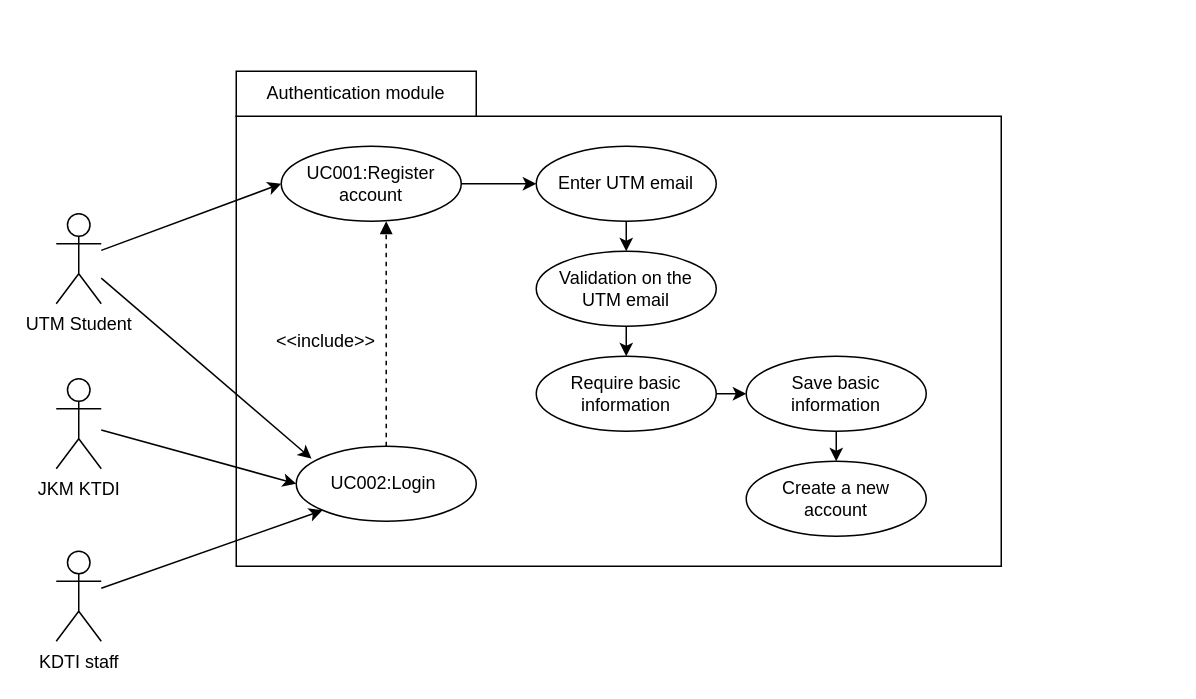
The draw.io diagram page "UC001 & UC002 use case" (5 of 10) of project/drawio/Curiousity/UML.drawio in drshahizan/software-engineering, before the edit. Source tidied: cells renumbered, new cells numbered last; positions are measured from the earlier drawing's top-left corner, leaving out a move shared by most shapes. Both pictures are drawn from the tidied source at 150%, with x=0, y=0 at pixel (56, 70).
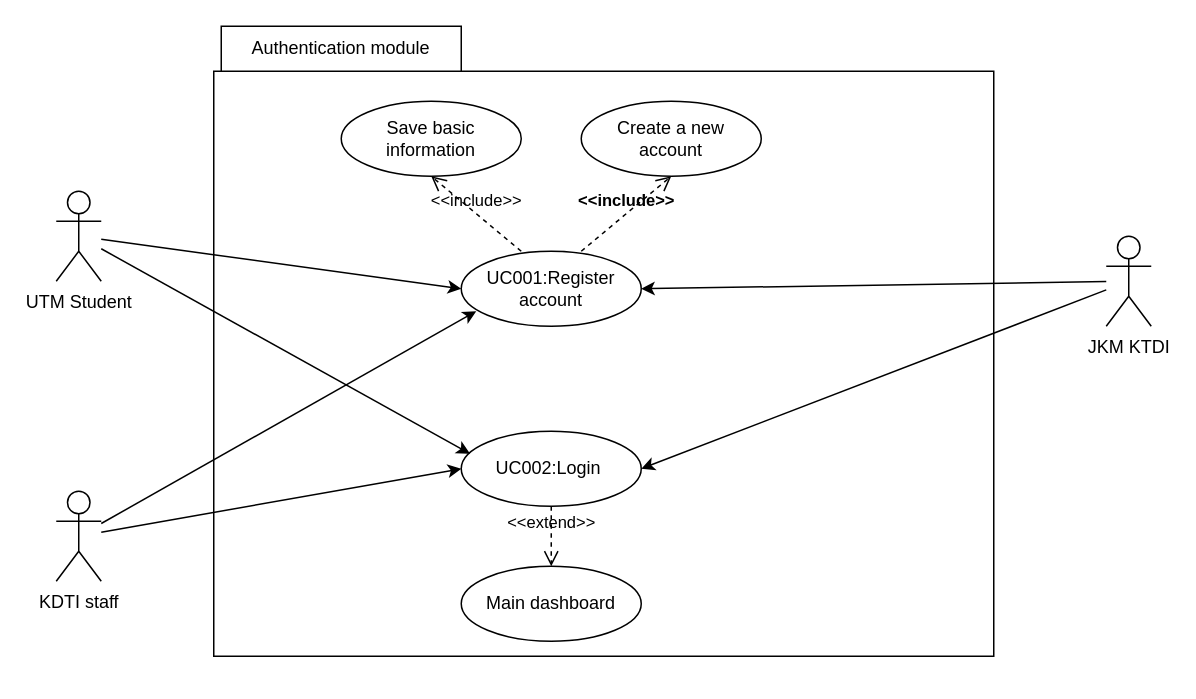
After the change.

Unchanged cells that the change refers to:
```xml
<mxCell id="5" style="ellipse;whiteSpace=wrap;html=1;" parent="4" vertex="1">
  <mxGeometry width="120" height="50" as="geometry" />
</mxCell>
<mxCell id="6" value="UC002:Login&amp;nbsp;" style="text;strokeColor=none;align=center;fillColor=none;html=1;verticalAlign=middle;whiteSpace=wrap;rounded=0;" parent="4" vertex="1">
  <mxGeometry x="10" y="10" width="100" height="30" as="geometry" />
</mxCell>
<mxCell id="13" style="ellipse;whiteSpace=wrap;html=1;" parent="12" vertex="1">
  <mxGeometry width="120" height="50" as="geometry" />
</mxCell>
<mxCell id="16" style="ellipse;whiteSpace=wrap;html=1;" parent="15" vertex="1">
  <mxGeometry width="120" height="50" as="geometry" />
</mxCell>
<mxCell id="19" style="ellipse;whiteSpace=wrap;html=1;" parent="18" vertex="1">
  <mxGeometry width="120" height="50" as="geometry" />
</mxCell>
```

What changed in the source:
```diff
@@
     <mxCell id="2" value="UTM Student" style="shape=umlActor;verticalLabelPosition=bottom;verticalAlign=top;html=1;outlineConnect=0;" parent="1" vertex="1">
-      <mxGeometry y="95" width="30" height="60" as="geometry" />
+      <mxGeometry y="80" width="30" height="60" as="geometry" />
     </mxCell>
     <mxCell id="3" style="rounded=0;whiteSpace=wrap;html=1;" parent="1" vertex="1">
-      <mxGeometry x="120" y="30" width="510" height="300" as="geometry" />
+      <mxGeometry x="105" width="520" height="390" as="geometry" />
     </mxCell>
     <mxCell id="4" style="group;" parent="1" vertex="1">
-      <mxGeometry x="160" y="250" width="120" height="50" as="geometry" />
+      <mxGeometry x="270" y="240" width="120" height="50" as="geometry" />
     </mxCell>
@@
+    <mxCell id="37" style="edgeStyle=none;html=1;entryX=1;entryY=0.5;entryDx=0;entryDy=0;" parent="1" edge="1" source="8" target="19">
+      <mxGeometry relative="1" as="geometry" />
+    </mxCell>
-    <mxCell id="7" style="edgeStyle=none;html=1;entryX=0;entryY=0.5;entryDx=0;entryDy=0;" parent="1" edge="1" source="8" target="5">
+    <mxCell id="7" style="edgeStyle=none;html=1;entryX=1;entryY=0.5;entryDx=0;entryDy=0;" parent="1" edge="1" source="8" target="5">
       <mxGeometry relative="1" as="geometry" />
     </mxCell>
     <mxCell id="8" value="JKM KTDI" style="shape=umlActor;verticalLabelPosition=bottom;verticalAlign=top;html=1;outlineConnect=0;" parent="1" vertex="1">
-      <mxGeometry y="205" width="30" height="60" as="geometry" />
+      <mxGeometry x="700" y="110" width="30" height="60" as="geometry" />
     </mxCell>
+    <mxCell id="38" style="edgeStyle=none;html=1;" parent="1" edge="1" source="10">
+      <mxGeometry relative="1" as="geometry">
+        <mxPoint x="280" y="160" as="targetPoint" />
+      </mxGeometry>
+    </mxCell>
-    <mxCell id="9" style="edgeStyle=none;html=1;entryX=0;entryY=1;entryDx=0;entryDy=0;" parent="1" edge="1" source="10" target="5">
+    <mxCell id="9" style="edgeStyle=none;html=1;entryX=0;entryY=0.5;entryDx=0;entryDy=0;" parent="1" edge="1" source="10" target="5">
       <mxGeometry relative="1" as="geometry" />
     </mxCell>
     <mxCell id="10" value="KDTI staff" style="shape=umlActor;verticalLabelPosition=bottom;verticalAlign=top;html=1;outlineConnect=0;" parent="1" vertex="1">
-      <mxGeometry y="320" width="30" height="60" as="geometry" />
+      <mxGeometry y="280" width="30" height="60" as="geometry" />
     </mxCell>
     <mxCell id="11" value="Authentication module" style="whiteSpace=wrap;html=1;" parent="1" vertex="1">
-      <mxGeometry x="120" width="160" height="30" as="geometry" />
+      <mxGeometry x="110" y="-30" width="160" height="30" as="geometry" />
     </mxCell>
     <mxCell id="12" style="group;" parent="1" vertex="1">
-      <mxGeometry x="460" y="260" width="120" height="50" as="geometry" />
+      <mxGeometry x="350" y="20" width="120" height="50" as="geometry" />
     </mxCell>
@@
     <mxCell id="15" style="group;" parent="1" vertex="1">
-      <mxGeometry x="460" y="190" width="120" height="50" as="geometry" />
+      <mxGeometry x="190" y="20" width="120" height="50" as="geometry" />
     </mxCell>
@@
     <mxCell id="18" style="group;" parent="1" vertex="1">
-      <mxGeometry x="150" y="50" width="120" height="50" as="geometry" />
+      <mxGeometry x="270" y="120" width="120" height="50" as="geometry" />
     </mxCell>
@@
-    <mxCell id="22" style="group;" parent="1" vertex="1">
-      <mxGeometry x="320" y="120" width="120" height="50" as="geometry" />
-    </mxCell>
-    <mxCell id="23" style="ellipse;whiteSpace=wrap;html=1;" parent="22" vertex="1">
-      <mxGeometry width="120" height="50" as="geometry" />
-    </mxCell>
-    <mxCell id="24" value="Validation on the UTM email" style="text;strokeColor=none;align=center;fillColor=none;html=1;verticalAlign=middle;whiteSpace=wrap;rounded=0;" parent="22" vertex="1">
-      <mxGeometry x="10" y="10" width="100" height="30" as="geometry" />
-    </mxCell>
-    <mxCell id="25" value="&amp;lt;&amp;lt;include&amp;gt;&amp;gt;" style="text;strokeColor=none;align=center;fillColor=none;html=1;verticalAlign=middle;whiteSpace=wrap;rounded=0;" parent="1" vertex="1">
-      <mxGeometry x="150" y="165" width="60" height="30" as="geometry" />
-    </mxCell>
-    <mxCell id="26" style="edgeStyle=none;html=1;" parent="1" edge="1">
-      <mxGeometry relative="1" as="geometry">
-        <mxPoint x="380" y="100" as="sourcePoint" />
-        <mxPoint x="380" y="120" as="targetPoint" />
-      </mxGeometry>
-    </mxCell>
-    <mxCell id="27" style="html=1;verticalAlign=bottom;labelBackgroundColor=none;endArrow=block;endFill=1;dashed=1;entryX=0.583;entryY=1;entryDx=0;entryDy=0;entryPerimeter=0;" parent="1" edge="1" source="5" target="19">
-      <mxGeometry relative="1" as="geometry" />
-    </mxCell>
-    <mxCell id="28" value="Enter UTM email" style="ellipse;whiteSpace=wrap;html=1;" parent="1" vertex="1">
-      <mxGeometry x="320" y="50" width="120" height="50" as="geometry" />
-    </mxCell>
-    <mxCell id="29" style="edgeStyle=none;html=1;exitX=1;exitY=0.5;exitDx=0;exitDy=0;" parent="1" edge="1" source="19" target="28">
-      <mxGeometry relative="1" as="geometry" />
-    </mxCell>
-    <mxCell id="30" style="group;" parent="1" vertex="1">
-      <mxGeometry x="320" y="190" width="120" height="50" as="geometry" />
-    </mxCell>
-    <mxCell id="31" style="ellipse;whiteSpace=wrap;html=1;" parent="30" vertex="1">
-      <mxGeometry width="120" height="50" as="geometry" />
-    </mxCell>
-    <mxCell id="32" value="Require basic information" style="text;strokeColor=none;align=center;fillColor=none;html=1;verticalAlign=middle;whiteSpace=wrap;rounded=0;" parent="30" vertex="1">
-      <mxGeometry x="10" y="10" width="100" height="30" as="geometry" />
-    </mxCell>
-    <mxCell id="33" style="edgeStyle=none;html=1;entryX=0.5;entryY=0;entryDx=0;entryDy=0;" parent="1" edge="1" target="31">
-      <mxGeometry relative="1" as="geometry">
-        <mxPoint x="380" y="170" as="sourcePoint" />
-      </mxGeometry>
-    </mxCell>
-    <mxCell id="34" style="edgeStyle=none;html=1;entryX=0;entryY=0.5;entryDx=0;entryDy=0;" parent="1" edge="1" source="31" target="16">
-      <mxGeometry relative="1" as="geometry" />
-    </mxCell>
-    <mxCell id="35" style="edgeStyle=none;html=1;entryX=0.5;entryY=0;entryDx=0;entryDy=0;" parent="1" edge="1" target="13">
-      <mxGeometry relative="1" as="geometry">
-        <mxPoint x="520" y="240" as="sourcePoint" />
-      </mxGeometry>
-    </mxCell>
-    <mxCell id="36" style="edgeStyle=none;html=1;entryX=0.002;entryY=-0.056;entryDx=0;entryDy=0;entryPerimeter=0;fillColor=#FF0000;" parent="1" edge="1" source="2" target="6">
-      <mxGeometry relative="1" as="geometry" />
-    </mxCell>
+    <mxCell id="39" style="edgeStyle=none;html=1;entryX=0.049;entryY=0.301;entryDx=0;entryDy=0;entryPerimeter=0;" parent="1" edge="1" source="2" target="5">
+      <mxGeometry relative="1" as="geometry" />
+    </mxCell>
+    <mxCell id="40" value="&amp;lt;&amp;lt;include&amp;gt;&amp;gt;" style="endArrow=open;startArrow=none;endFill=0;startFill=0;endSize=8;html=1;verticalAlign=bottom;dashed=1;labelBackgroundColor=none;entryX=0.5;entryY=1;entryDx=0;entryDy=0;fontStyle=1;" parent="1" edge="1" target="13">
+      <mxGeometry relative="1" as="geometry">
+        <mxPoint x="350" y="120" as="sourcePoint" />
+      </mxGeometry>
+    </mxCell>
+    <mxCell id="41" value="&amp;lt;&amp;lt;include&amp;gt;&amp;gt;" style="endArrow=open;startArrow=none;endFill=0;startFill=0;endSize=8;html=1;verticalAlign=bottom;dashed=1;labelBackgroundColor=none;entryX=0.5;entryY=1;entryDx=0;entryDy=0;" parent="1" edge="1" target="16">
+      <mxGeometry relative="1" as="geometry">
+        <mxPoint x="310" y="120" as="sourcePoint" />
+      </mxGeometry>
+    </mxCell>
+    <mxCell id="42" style="group;" parent="1" vertex="1">
+      <mxGeometry x="270" y="330" width="120" height="50" as="geometry" />
+    </mxCell>
+    <mxCell id="43" style="ellipse;whiteSpace=wrap;html=1;" parent="42" vertex="1">
+      <mxGeometry width="120" height="50" as="geometry" />
+    </mxCell>
+    <mxCell id="44" value="Main dashboard" style="text;strokeColor=none;align=center;fillColor=none;html=1;verticalAlign=middle;whiteSpace=wrap;rounded=0;" parent="42" vertex="1">
+      <mxGeometry x="10" y="10" width="100" height="30" as="geometry" />
+    </mxCell>
+    <mxCell id="45" value="&amp;lt;&amp;lt;extend&amp;gt;&amp;gt;" style="endArrow=open;startArrow=none;endFill=0;startFill=0;endSize=8;html=1;verticalAlign=bottom;dashed=1;labelBackgroundColor=none;exitX=0.5;exitY=1;exitDx=0;exitDy=0;" parent="1" edge="1" source="5" target="43">
+      <mxGeometry relative="1" as="geometry" />
+    </mxCell>
```
